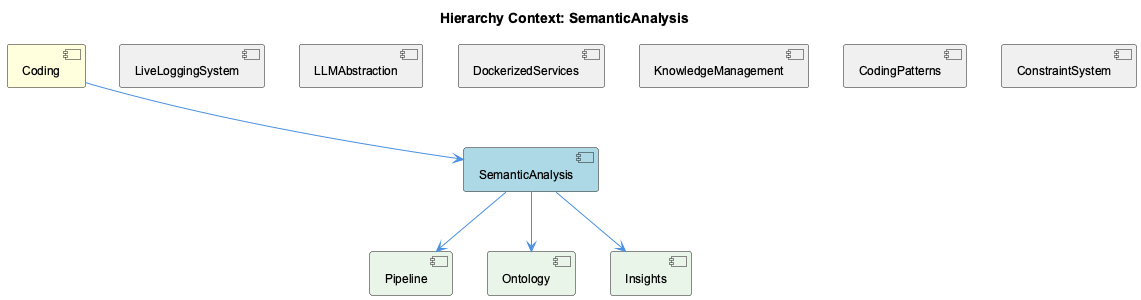
fwornle/coding keeps this PlantUML diagram as knowledge-management/insights/images/semantic-analysis-relationship.png. Above is the earlier version.
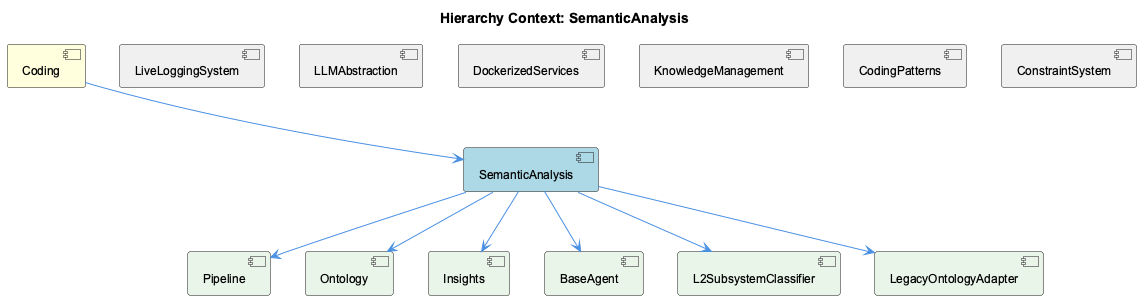
Above is the later version.

Diff of the diagram source:
```diff
@@ -14,6 +14,9 @@
 [Pipeline] as pipeline #E8F5E8
 [Ontology] as ontology #E8F5E8
 [Insights] as insights #E8F5E8
+[BaseAgent] as base_agent #E8F5E8
+[L2SubsystemClassifier] as l2_subsystem_classifier #E8F5E8
+[LegacyOntologyAdapter] as legacy_ontology_adapter #E8F5E8
 
 coding --> semantic_analysis
 live_logging_system -[hidden]- semantic_analysis
@@ -25,5 +28,8 @@
 semantic_analysis --> pipeline
 semantic_analysis --> ontology
 semantic_analysis --> insights
+semantic_analysis --> base_agent
+semantic_analysis --> l2_subsystem_classifier
+semantic_analysis --> legacy_ontology_adapter
 
 @enduml
```
